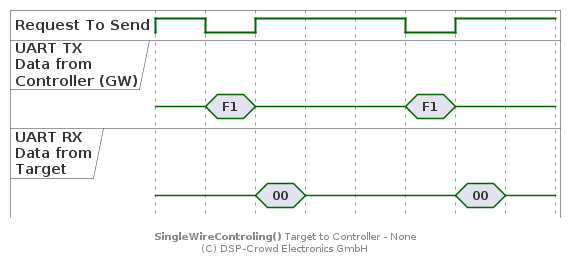
Above: doc/system/protocol/A0_swt-target-to-ctrl_none.png in NoOrientationProgramming/code-orb (PlantUML), before the change.
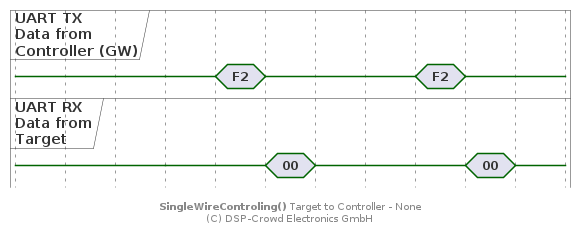
After the change.

Change to the diagram source:
```diff
@@ -2,21 +2,21 @@
 
 hide time-axis
 
-binary "Request To Send" as rts
 concise "UART TX\nData from\nController (GW)" as ctrl
 concise "UART RX\nData from\nTarget" as tar
 
 @0
-rts is 1
+ctrl is {-}
+tar is {-}
+
+@+60
 ctrl is {-}
 tar is {-}
 
 @+20
-rts is 0
-ctrl is "F1"
+ctrl is "F2"
 
 @+20
-rts is 1
 ctrl is {-}
 tar is "00"
 
@@ -24,11 +24,9 @@
 tar is {-}
 
 @+40
-rts is 0
-ctrl is "F1"
+ctrl is "F2"
 
 @+20
-rts is 1
 ctrl is {-}
 tar is "00"
 
```
